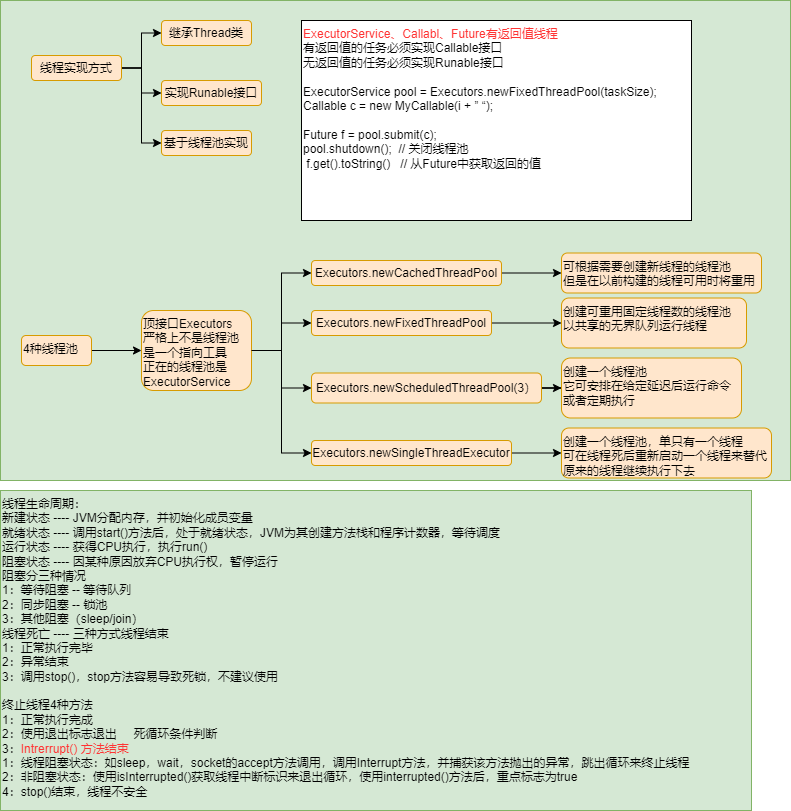
Earlier version of the draw.io export java/JUC并发编程.png (lore-study/java-picture-bed). Source tidied: cells renumbered, new cells last; positions are measured from the earlier drawing's top-left corner, leaving out a move shared by most shapes.
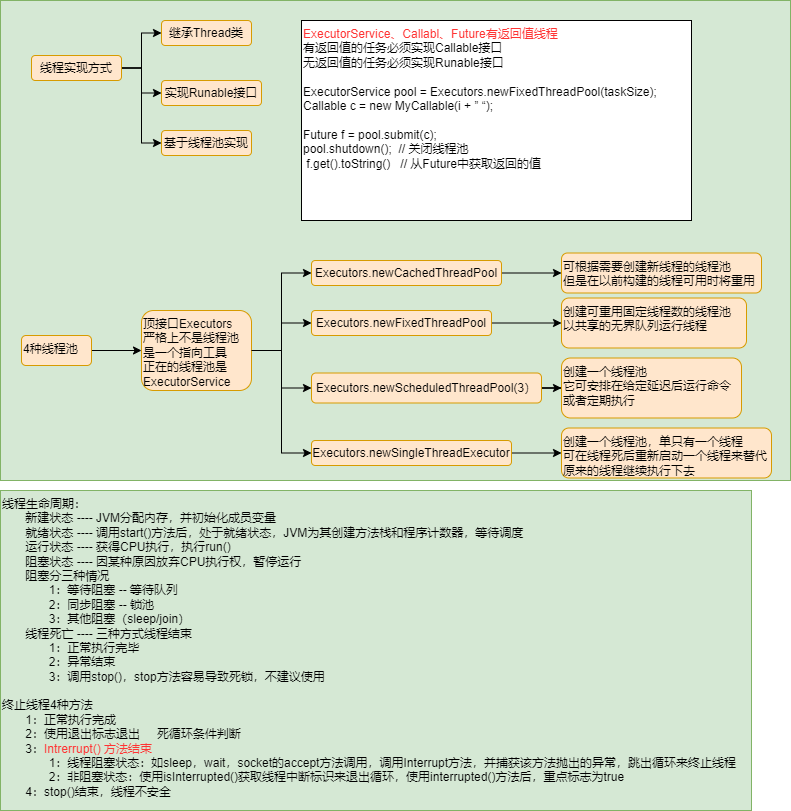
The same file after the commit.

Commit message:
更新JUC并发编程.png

The edit, as a diff of the source:
```diff
@@ -86,7 +86,7 @@
     <mxCell id="29" value="4种线程池" style="rounded=1;whiteSpace=wrap;html=1;fillColor=#ffe6cc;strokeColor=#d79b00;align=left;verticalAlign=top;" parent="1" vertex="1">
       <mxGeometry x="21" y="335" width="70" height="30" as="geometry" />
     </mxCell>
-    <mxCell id="30" value="线程生命周期：&lt;br&gt;&lt;span&gt;&#9;&lt;/span&gt;&lt;span&gt;&#9;&lt;/span&gt;新建状态 ---- JVM分配内存，并初始化成员变量&lt;br&gt;&lt;span&gt;&#9;&lt;/span&gt;&lt;span&gt;&#9;&lt;/span&gt;就绪状态 ---- 调用start()方法后，处于就绪状态，JVM为其创建方法栈和程序计数器，等待调度&lt;br&gt;&lt;span&gt;&#9;&lt;/span&gt;&lt;span&gt;&#9;&lt;/span&gt;运行状态 ---- 获得CPU执行，执行run()&lt;br&gt;&lt;span&gt;&#9;&lt;/span&gt;&lt;span&gt;&#9;&lt;/span&gt;阻塞状态 ---- 因某种原因放弃CPU执行权，暂停运行&lt;br&gt;&lt;span&gt;&#9;&lt;/span&gt;&lt;span&gt;&#9;&lt;/span&gt;&lt;span&gt;&#9;&lt;/span&gt;阻塞分三种情况&lt;br&gt;&lt;span&gt;&#9;&lt;/span&gt;&lt;span&gt;&#9;&lt;/span&gt;&lt;span&gt;&#9;&lt;/span&gt;&lt;span&gt;&#9;&lt;span&gt;&#9;&lt;/span&gt;&lt;/span&gt;1：等待阻塞 -- 等待队列&lt;br&gt;&lt;span&gt;&#9;&lt;/span&gt;&lt;span&gt;&#9;&lt;/span&gt;&lt;span&gt;&#9;&lt;/span&gt;&lt;span&gt;&#9;&lt;span&gt;&#9;&lt;/span&gt;&lt;/span&gt;2：同步阻塞 -- 锁池&lt;br&gt;&lt;span&gt;&#9;&lt;/span&gt;&lt;span&gt;&#9;&lt;/span&gt;&lt;span&gt;&#9;&lt;/span&gt;&lt;span&gt;&#9;&lt;span&gt;&#9;&lt;/span&gt;&lt;/span&gt;3：其他阻塞（sleep/join）&lt;br&gt;&lt;span&gt;&#9;&lt;/span&gt;&lt;span&gt;&#9;&lt;/span&gt;线程死亡 ---- 三种方式线程结束&lt;br&gt;&lt;span&gt;&#9;&lt;/span&gt;&lt;span&gt;&#9;&lt;/span&gt;&lt;span&gt;&#9;&lt;span&gt;&#9;&lt;/span&gt;&lt;/span&gt;1：正常执行完毕&lt;br&gt;&lt;span&gt;&#9;&lt;/span&gt;&lt;span&gt;&#9;&lt;/span&gt;&lt;span&gt;&#9;&lt;span&gt;&#9;&lt;/span&gt;&lt;/span&gt;2：异常结束&lt;br&gt;&lt;span&gt;&#9;&lt;/span&gt;&lt;span&gt;&#9;&lt;/span&gt;&lt;span&gt;&#9;&lt;span&gt;&#9;&lt;/span&gt;&lt;/span&gt;3：调用stop()，stop方法容易导致死锁，不建议使用&lt;br&gt;&lt;br&gt;终止线程4种方法&lt;br&gt;&#9;&lt;span&gt;&#9;&lt;/span&gt;1：正常执行完成&lt;br&gt;&#9;&lt;span&gt;&#9;&lt;/span&gt;2：使用退出标志退出&amp;nbsp; &amp;nbsp; &amp;nbsp;死循环条件判断&lt;br&gt;&#9;&lt;span&gt;&#9;&lt;/span&gt;3：&lt;font color=&quot;#ff3333&quot;&gt;Intrerrupt() 方法结束&lt;/font&gt;&lt;br&gt;&#9;&#9;&lt;span&gt;&#9;&lt;/span&gt;&lt;span&gt;&#9;&lt;/span&gt;1：线程阻塞状态：如sleep，wait，socket的accept方法调用，调用Interrupt方法，并捕获该方法抛出的异常，跳出循环来终止线程&lt;br&gt;&#9;&#9;&lt;span&gt;&#9;&lt;/span&gt;&lt;span&gt;&#9;&lt;/span&gt;2：非阻塞状态：使用isInterrupted()获取线程中断标识来退出循环，使用interrupted()方法后，重点标志为true&lt;br&gt;&#9;&lt;span&gt;&#9;&lt;/span&gt;4：stop()结束，线程不安全" style="rounded=0;whiteSpace=wrap;html=1;align=left;verticalAlign=top;fillColor=#d5e8d4;strokeColor=#82b366;" parent="1" vertex="1">
+    <mxCell id="30" value="线程生命周期：&lt;br&gt;&lt;span&gt;&lt;/span&gt;&lt;span&gt;&lt;/span&gt;&amp;nbsp; &amp;nbsp; &amp;nbsp; &amp;nbsp;新建状态 ---- JVM分配内存，并初始化成员变量&lt;br&gt;&amp;nbsp; &amp;nbsp; &amp;nbsp; &amp;nbsp;就绪状态 ---- 调用start()方法后，处于就绪状态，JVM为其创建方法栈和程序计数器，等待调度&lt;br&gt;&amp;nbsp; &amp;nbsp; &amp;nbsp; &amp;nbsp;运行状态 ---- 获得CPU执行，执行run()&lt;br&gt;&lt;span&gt;&lt;/span&gt;&lt;span&gt;&lt;/span&gt;&amp;nbsp; &amp;nbsp; &amp;nbsp; &amp;nbsp;阻塞状态 ---- 因某种原因放弃CPU执行权，暂停运行&lt;br&gt;&lt;span&gt;&lt;/span&gt;&lt;span&gt;&lt;/span&gt;&lt;span&gt;&lt;/span&gt;&amp;nbsp; &amp;nbsp; &amp;nbsp; &amp;nbsp;阻塞分三种情况&lt;br&gt;&lt;span&gt;&lt;/span&gt;&lt;span&gt;&lt;/span&gt;&lt;span&gt;&lt;/span&gt;&lt;span&gt;&lt;span&gt;&lt;/span&gt;&lt;/span&gt;&amp;nbsp; &amp;nbsp; &amp;nbsp; &amp;nbsp;&amp;nbsp; &amp;nbsp; &amp;nbsp; &amp;nbsp;1：等待阻塞 -- 等待队列&lt;br&gt;&lt;span&gt;&lt;/span&gt;&lt;span&gt;&lt;/span&gt;&lt;span&gt;&lt;/span&gt;&lt;span&gt;&lt;span&gt;&lt;/span&gt;&lt;/span&gt;&amp;nbsp; &amp;nbsp; &amp;nbsp; &amp;nbsp;&amp;nbsp; &amp;nbsp; &amp;nbsp; &amp;nbsp;2：同步阻塞 -- 锁池&lt;br&gt;&lt;span&gt;&lt;/span&gt;&lt;span&gt;&lt;/span&gt;&lt;span&gt;&lt;/span&gt;&lt;span&gt;&lt;span&gt;&lt;/span&gt;&lt;/span&gt;&amp;nbsp; &amp;nbsp; &amp;nbsp; &amp;nbsp;&amp;nbsp; &amp;nbsp; &amp;nbsp; &amp;nbsp;3：其他阻塞（sleep/join）&lt;br&gt;&lt;span&gt;&lt;/span&gt;&lt;span&gt;&lt;/span&gt;&amp;nbsp; &amp;nbsp; &amp;nbsp; &amp;nbsp;线程死亡 ---- 三种方式线程结束&lt;br&gt;&lt;span&gt;&lt;/span&gt;&lt;span&gt;&lt;/span&gt;&lt;span&gt;&lt;span&gt;&lt;/span&gt;&lt;/span&gt;&amp;nbsp; &amp;nbsp; &amp;nbsp; &amp;nbsp; &amp;nbsp; &amp;nbsp; &amp;nbsp; 1：正常执行完毕&lt;br&gt;&lt;span&gt;&lt;/span&gt;&lt;span&gt;&lt;/span&gt;&lt;span&gt;&lt;span&gt;&lt;/span&gt;&lt;/span&gt;&amp;nbsp; &amp;nbsp; &amp;nbsp; &amp;nbsp; &amp;nbsp; &amp;nbsp; &amp;nbsp; 2：异常结束&lt;br&gt;&lt;span&gt;&lt;/span&gt;&lt;span&gt;&lt;/span&gt;&lt;span&gt;&lt;span&gt;&lt;/span&gt;&lt;/span&gt;&amp;nbsp; &amp;nbsp; &amp;nbsp; &amp;nbsp; &amp;nbsp; &amp;nbsp; &amp;nbsp; 3：调用stop()，stop方法容易导致死锁，不建议使用&lt;br&gt;&lt;br&gt;终止线程4种方法&lt;br&gt;&#9;&lt;span&gt;&lt;/span&gt;&amp;nbsp; &amp;nbsp; &amp;nbsp; &amp;nbsp;1：正常执行完成&lt;br&gt;&#9;&lt;span&gt;&lt;/span&gt;&amp;nbsp; &amp;nbsp; &amp;nbsp; &amp;nbsp;2：使用退出标志退出&amp;nbsp; &amp;nbsp; &amp;nbsp;死循环条件判断&lt;br&gt;&#9;&lt;span&gt;&lt;/span&gt;&amp;nbsp; &amp;nbsp; &amp;nbsp; &amp;nbsp;3：&lt;font color=&quot;#ff3333&quot;&gt;Intrerrupt() 方法结束&lt;/font&gt;&lt;br&gt;&#9;&#9;&lt;span&gt;&lt;/span&gt;&lt;span&gt;&lt;/span&gt;&amp;nbsp; &amp;nbsp; &amp;nbsp; &amp;nbsp;&amp;nbsp; &amp;nbsp; &amp;nbsp; &amp;nbsp;1：线程阻塞状态：如sleep，wait，socket的accept方法调用，调用Interrupt方法，并捕获该方法抛出的异常，跳出循环来终止线程&lt;br&gt;&#9;&#9;&lt;span&gt;&lt;/span&gt;&lt;span&gt;&lt;/span&gt;&amp;nbsp; &amp;nbsp; &amp;nbsp; &amp;nbsp;&amp;nbsp; &amp;nbsp; &amp;nbsp; &amp;nbsp;2：非阻塞状态：使用isInterrupted()获取线程中断标识来退出循环，使用interrupted()方法后，重点标志为true&lt;br&gt;&#9;&lt;span&gt;&lt;/span&gt;&amp;nbsp; &amp;nbsp; &amp;nbsp; &amp;nbsp;4：stop()结束，线程不安全" style="rounded=0;whiteSpace=wrap;html=1;align=left;verticalAlign=top;fillColor=#d5e8d4;strokeColor=#82b366;" parent="1" vertex="1">
       <mxGeometry y="490" width="751" height="320" as="geometry" />
     </mxCell>
   </root>
```
